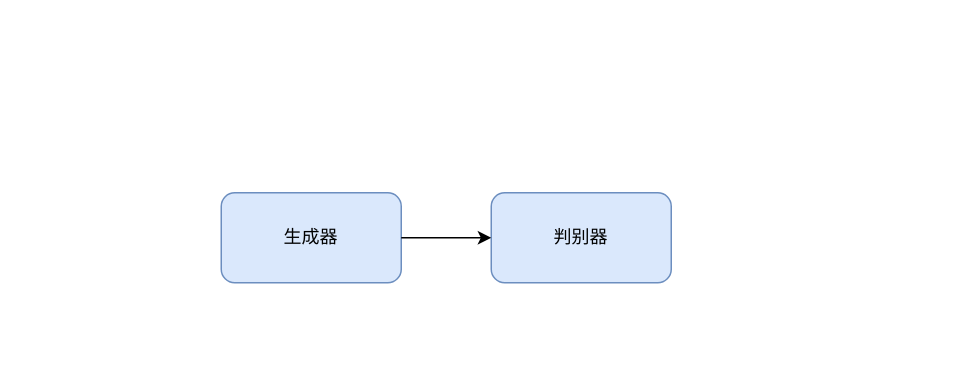
Above: gen_dis.drawio in ChenaniahMe/codes (draw.io), before the change. Source tidied: cells renumbered, new cells numbered last; positions are measured from the earlier drawing's top-left corner, leaving out a move shared by most shapes. Both pictures are drawn from the tidied source at 150%, with x=0, y=0 at pixel (220, 192).
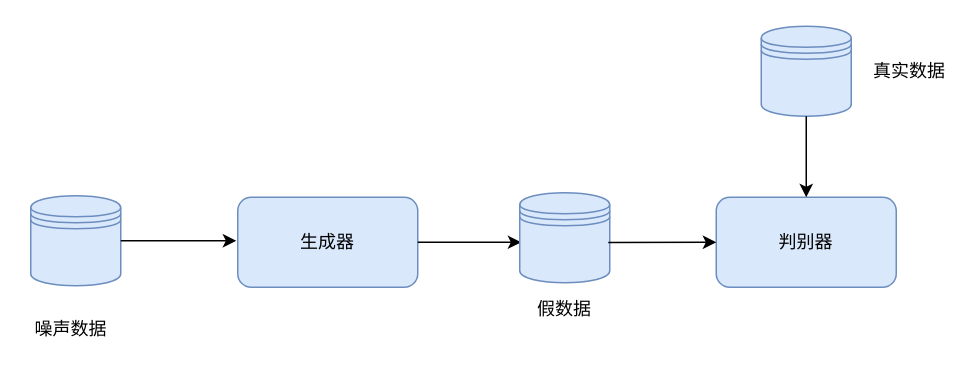
The same diagram, later.

The edit, as a diff of the source:
```diff
@@
 <mxGraphModel>
   <root>
     <mxCell id="0" />
     <mxCell id="1" parent="0" />
     <mxCell id="2" value="生成器" style="rounded=1;whiteSpace=wrap;html=1;fillColor=#dae8fc;strokeColor=#6c8ebf;" parent="1" vertex="1">
-      <mxGeometry width="120" height="60" as="geometry" />
+      <mxGeometry x="11" y="3" width="120" height="60" as="geometry" />
     </mxCell>
     <mxCell id="3" value="判别器" style="rounded=1;whiteSpace=wrap;html=1;fillColor=#dae8fc;strokeColor=#6c8ebf;" parent="1" vertex="1">
-      <mxGeometry x="180" width="120" height="60" as="geometry" />
+      <mxGeometry x="330" y="3" width="120" height="60" as="geometry" />
     </mxCell>
-    <mxCell id="4" style="endArrow=classic;html=1;rounded=0;entryX=0;entryY=0.5;entryDx=0;entryDy=0;exitX=1;exitY=0.5;exitDx=0;exitDy=0;" parent="1" edge="1" source="2" target="3">
-      <mxGeometry relative="1" as="geometry" />
+    <mxCell id="4" style="endArrow=classic;html=1;rounded=0;exitX=1;exitY=0.5;exitDx=0;exitDy=0;" parent="1" edge="1" source="2">
+      <mxGeometry relative="1" as="geometry">
+        <mxPoint x="200" y="33" as="targetPoint" />
+      </mxGeometry>
     </mxCell>
+    <mxCell id="5" style="shape=datastore;whiteSpace=wrap;html=1;fillColor=#dae8fc;strokeColor=#6c8ebf;" parent="1" vertex="1">
+      <mxGeometry x="-127" y="2" width="60" height="60" as="geometry" />
+    </mxCell>
+    <mxCell id="6" value="噪声数据" style="text;html=1;strokeColor=none;fillColor=none;align=center;verticalAlign=middle;whiteSpace=wrap;rounded=0;" parent="1" vertex="1">
+      <mxGeometry x="-130" y="76" width="60" height="30" as="geometry" />
+    </mxCell>
+    <mxCell id="7" style="shape=datastore;whiteSpace=wrap;html=1;fillColor=#dae8fc;strokeColor=#6c8ebf;" parent="1" vertex="1">
+      <mxGeometry x="360" y="-111" width="60" height="60" as="geometry" />
+    </mxCell>
+    <mxCell id="8" value="真实数据" style="text;html=1;strokeColor=none;fillColor=none;align=center;verticalAlign=middle;whiteSpace=wrap;rounded=0;" parent="1" vertex="1">
+      <mxGeometry x="429" y="-96" width="60" height="30" as="geometry" />
+    </mxCell>
+    <mxCell id="9" style="endArrow=classic;html=1;rounded=0;entryX=0.5;entryY=0;entryDx=0;entryDy=0;exitX=0.5;exitY=1;exitDx=0;exitDy=0;" parent="1" edge="1" source="7" target="3">
+      <mxGeometry relative="1" as="geometry" />
+    </mxCell>
+    <mxCell id="10" style="endArrow=classic;html=1;rounded=0;exitX=1;exitY=0.5;exitDx=0;exitDy=0;" parent="1" edge="1" source="5">
+      <mxGeometry relative="1" as="geometry">
+        <mxPoint x="10" y="32" as="targetPoint" />
+      </mxGeometry>
+    </mxCell>
+    <mxCell id="11" style="shape=datastore;whiteSpace=wrap;html=1;fillColor=#dae8fc;strokeColor=#6c8ebf;" parent="1" vertex="1">
+      <mxGeometry x="199" width="60" height="60" as="geometry" />
+    </mxCell>
+    <mxCell id="12" value="假数据" style="text;html=1;strokeColor=none;fillColor=none;align=center;verticalAlign=middle;whiteSpace=wrap;rounded=0;" parent="1" vertex="1">
+      <mxGeometry x="199" y="63" width="60" height="30" as="geometry" />
+    </mxCell>
+    <mxCell id="13" style="endArrow=classic;html=1;rounded=0;entryX=0;entryY=0.5;entryDx=0;entryDy=0;" parent="1" edge="1" target="3">
+      <mxGeometry relative="1" as="geometry">
+        <mxPoint x="258" y="33.2" as="sourcePoint" />
+      </mxGeometry>
+    </mxCell>
   </root>
 </mxGraphModel>
```
